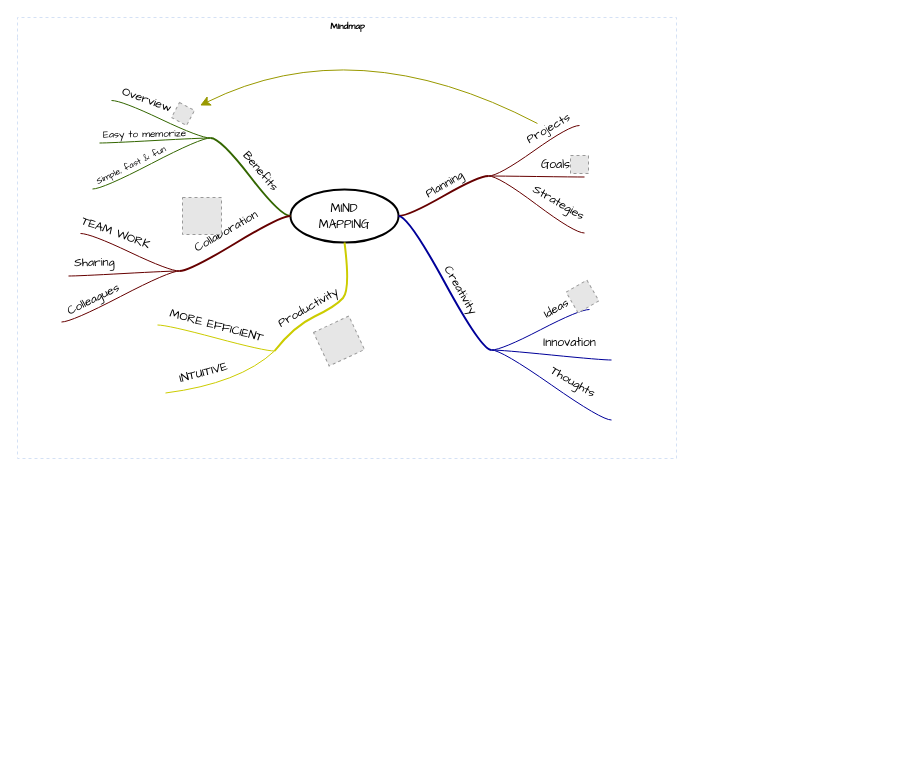
The draw.io diagram 未命名绘图.drawio in wang-chen1/python_script, before the edit. Source tidied: cells renumbered, new cells numbered last; positions are measured from the earlier drawing's top-left corner, leaving out a move shared by most shapes. Both pictures are drawn from the tidied source at 100%, with x=0, y=0 at pixel (17, 17). Pictures stored in the file or linked from it are replaced by grey dashed boxes.
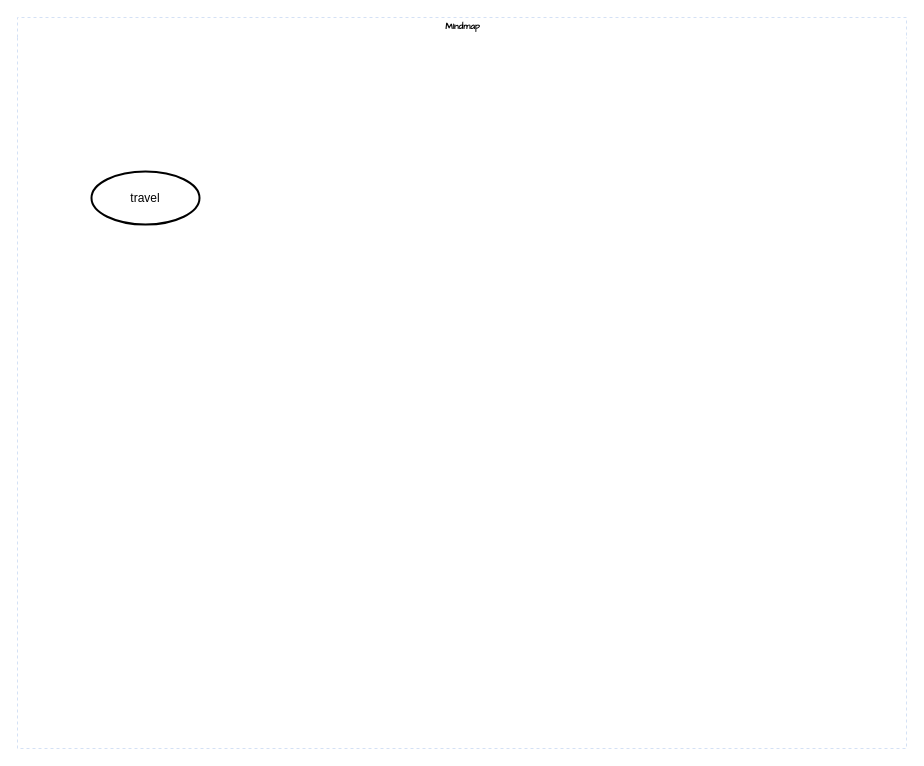
The same diagram, later.

Change to the diagram source:
```diff
@@
     <mxCell id="2" value="Mindmap" style="swimlane;html=1;startSize=20;horizontal=1;containerType=tree;labelBackgroundColor=none;strokeColor=#D4E1F5;strokeWidth=1;fillColor=none;fontFamily=Comic Sans MS;fontSize=9;swimlaneLine=0;dashed=1;" parent="1" vertex="1">
-      <mxGeometry width="659" height="441" as="geometry" />
+      <mxGeometry width="889" height="731" as="geometry" />
     </mxCell>
-    <mxCell id="3" value="&lt;font face=&quot;Comic Sans MS&quot;&gt;MIND&lt;br&gt;MAPPING&lt;/font&gt;" style="ellipse;whiteSpace=wrap;html=1;align=center;strokeWidth=2;" parent="2" vertex="1">
-      <mxGeometry x="273" y="172" width="108" height="53" as="geometry" />
+    <mxCell id="3" value="travel" style="ellipse;whiteSpace=wrap;html=1;align=center;strokeWidth=2;" parent="2" vertex="1">
+      <mxGeometry x="74" y="154" width="108" height="53" as="geometry" />
     </mxCell>
-    <mxCell id="4" style="whiteSpace=wrap;html=1;rounded=1;arcSize=50;align=center;verticalAlign=middle;strokeWidth=1;spacing=4;" parent="2" vertex="1">
-      <mxGeometry x="471" y="158" height="1" as="geometry" />
-    </mxCell>
-    <mxCell id="5" style="edgeStyle=entityRelationEdgeStyle;startArrow=none;endArrow=none;segment=10;curved=1;strokeWidth=2;strokeColor=#660000;rounded=0;fontSize=12;startSize=8;endSize=8;" parent="2" edge="1" source="3" target="4">
-      <mxGeometry relative="1" as="geometry" />
-    </mxCell>
-    <mxCell id="6" value="Planning" style="text;html=1;align=center;verticalAlign=middle;labelBackgroundColor=none;rotation=-30;fontFamily=Comic Sans MS;" parent="5" vertex="1">
-      <mxGeometry x="0.02" y="2" relative="1" as="geometry">
-        <mxPoint x="1" y="-9" as="offset" />
-      </mxGeometry>
-    </mxCell>
-    <mxCell id="7" style="whiteSpace=wrap;html=1;rounded=1;arcSize=50;align=center;verticalAlign=middle;strokeWidth=1;spacing=4;" parent="2" vertex="1" collapsed="1">
-      <mxGeometry x="562" y="108" width="5" as="geometry" />
-    </mxCell>
-    <mxCell id="8" style="edgeStyle=entityRelationEdgeStyle;startArrow=none;endArrow=none;segment=10;curved=1;strokeColor=#660000;rounded=0;fontSize=12;startSize=8;endSize=8;" parent="2" edge="1" source="4" target="7">
-      <mxGeometry relative="1" as="geometry" />
-    </mxCell>
-    <mxCell id="9" value="Projects" style="text;html=1;points=[];align=center;verticalAlign=middle;labelBackgroundColor=none;fontFamily=Comic Sans MS;rotation=-30;" parent="8" vertex="1">
-      <mxGeometry x="0.26" relative="1" as="geometry">
-        <mxPoint x="3" y="-14" as="offset" />
-      </mxGeometry>
-    </mxCell>
-    <mxCell id="10" style="whiteSpace=wrap;html=1;rounded=1;arcSize=50;align=center;verticalAlign=middle;strokeWidth=1;spacing=4;" parent="2" vertex="1">
-      <mxGeometry x="567" y="159" height="1" as="geometry" />
-    </mxCell>
-    <mxCell id="11" style="edgeStyle=entityRelationEdgeStyle;startArrow=none;endArrow=none;segment=10;curved=1;strokeColor=#660000;rounded=0;fontSize=12;startSize=8;endSize=8;" parent="2" edge="1" source="4" target="10">
-      <mxGeometry relative="1" as="geometry" />
-    </mxCell>
-    <mxCell id="12" value="Goals" style="text;html=1;align=center;verticalAlign=middle;labelBackgroundColor=none;fontFamily=Comic Sans MS;rotation=0;" parent="11" vertex="1">
-      <mxGeometry x="-0.11" y="-1" relative="1" as="geometry">
-        <mxPoint x="24" y="-12" as="offset" />
-      </mxGeometry>
-    </mxCell>
-    <mxCell id="13" style="whiteSpace=wrap;html=1;rounded=1;arcSize=50;align=center;verticalAlign=middle;strokeWidth=1;spacing=4;" parent="2" vertex="1">
-      <mxGeometry x="567" y="215" height="1" as="geometry" />
-    </mxCell>
-    <mxCell id="14" style="edgeStyle=entityRelationEdgeStyle;startArrow=none;endArrow=none;segment=10;curved=1;strokeColor=#660000;rounded=0;fontSize=12;startSize=8;endSize=8;" parent="2" edge="1" source="4" target="13">
-      <mxGeometry relative="1" as="geometry" />
-    </mxCell>
-    <mxCell id="15" value="Strategies" style="text;html=1;align=center;verticalAlign=middle;labelBackgroundColor=none;fontFamily=Comic Sans MS;rotation=30;" parent="14" vertex="1">
-      <mxGeometry x="-0.11" y="-1" relative="1" as="geometry">
-        <mxPoint x="28" y="1" as="offset" />
-      </mxGeometry>
-    </mxCell>
-    <mxCell id="16" style="whiteSpace=wrap;html=1;rounded=1;arcSize=50;align=center;verticalAlign=middle;strokeWidth=1;spacing=4;" parent="2" vertex="1">
-      <mxGeometry x="474" y="332" height="1" as="geometry" />
-    </mxCell>
-    <mxCell id="17" style="edgeStyle=entityRelationEdgeStyle;startArrow=none;endArrow=none;segment=10;curved=1;strokeWidth=2;strokeColor=#000099;rounded=0;fontSize=12;startSize=8;endSize=8;" parent="2" edge="1" source="3" target="16">
-      <mxGeometry relative="1" as="geometry" />
-    </mxCell>
-    <mxCell id="18" value="Creativity" style="text;html=1;align=center;verticalAlign=middle;labelBackgroundColor=none;rotation=60;fontFamily=Comic Sans MS;" parent="17" vertex="1">
-      <mxGeometry x="0.02" y="2" relative="1" as="geometry">
-        <mxPoint x="13" y="6" as="offset" />
-      </mxGeometry>
-    </mxCell>
-    <mxCell id="19" style="whiteSpace=wrap;html=1;rounded=1;arcSize=50;align=center;verticalAlign=middle;strokeWidth=1;spacing=4;" parent="2" vertex="1">
-      <mxGeometry x="572" y="292" width="5" as="geometry" />
-    </mxCell>
-    <mxCell id="20" style="edgeStyle=entityRelationEdgeStyle;startArrow=none;endArrow=none;segment=10;curved=1;strokeColor=#000099;rounded=0;fontSize=12;startSize=8;endSize=8;" parent="2" edge="1" source="16" target="19">
-      <mxGeometry relative="1" as="geometry" />
-    </mxCell>
-    <mxCell id="21" value="Ideas" style="text;html=1;align=center;verticalAlign=middle;labelBackgroundColor=none;fontFamily=Comic Sans MS;rotation=-30;" parent="20" vertex="1">
-      <mxGeometry x="0.26" relative="1" as="geometry">
-        <mxPoint x="3" y="-14" as="offset" />
-      </mxGeometry>
-    </mxCell>
-    <mxCell id="22" style="whiteSpace=wrap;html=1;rounded=1;arcSize=50;align=center;verticalAlign=middle;strokeWidth=1;spacing=4;" parent="2" vertex="1">
-      <mxGeometry x="594" y="342" height="1" as="geometry" />
-    </mxCell>
-    <mxCell id="23" style="edgeStyle=entityRelationEdgeStyle;startArrow=none;endArrow=none;segment=10;curved=1;strokeColor=#000099;rounded=0;fontSize=12;startSize=8;endSize=8;" parent="2" edge="1" source="16" target="22">
-      <mxGeometry relative="1" as="geometry" />
-    </mxCell>
-    <mxCell id="24" value="Innovation" style="text;html=1;align=center;verticalAlign=middle;labelBackgroundColor=none;fontFamily=Comic Sans MS;rotation=0;" parent="23" vertex="1">
-      <mxGeometry x="-0.11" y="-1" relative="1" as="geometry">
-        <mxPoint x="24" y="-12" as="offset" />
-      </mxGeometry>
-    </mxCell>
-    <mxCell id="25" style="whiteSpace=wrap;html=1;rounded=1;arcSize=50;align=center;verticalAlign=middle;strokeWidth=1;spacing=4;" parent="2" vertex="1">
-      <mxGeometry x="594" y="402" height="1" as="geometry" />
-    </mxCell>
-    <mxCell id="26" style="edgeStyle=entityRelationEdgeStyle;startArrow=none;endArrow=none;segment=10;curved=1;strokeColor=#000099;rounded=0;fontSize=12;startSize=8;endSize=8;" parent="2" edge="1" source="16" target="25">
-      <mxGeometry relative="1" as="geometry" />
-    </mxCell>
-    <mxCell id="27" value="Thoughts" style="text;html=1;align=center;verticalAlign=middle;labelBackgroundColor=none;fontFamily=Comic Sans MS;rotation=30;" parent="26" vertex="1">
-      <mxGeometry x="-0.11" y="-1" relative="1" as="geometry">
-        <mxPoint x="28" y="1" as="offset" />
-      </mxGeometry>
-    </mxCell>
-    <mxCell id="28" style="fillColor=#E6E6E6;strokeColor=#999999;dashed=1;html=1;verticalAlign=top;verticalLabelPosition=bottom;labelBackgroundColor=#ffffff;fontFamily=Comic Sans MS;rotation=-30;" parent="2" vertex="1">
-      <mxGeometry x="553" y="267" width="24" height="24" as="geometry" />
-    </mxCell>
-    <mxCell id="29" style="edgeStyle=entityRelationEdgeStyle;jumpStyle=arc;html=1;endArrow=classicThin;endFill=1;jettySize=auto;strokeColor=none;strokeWidth=2;fontFamily=Comic Sans MS;rounded=0;fontSize=12;startSize=8;endSize=8;curved=1;" parent="2" edge="1" source="19" target="28">
-      <mxGeometry relative="1" as="geometry" />
-    </mxCell>
-    <mxCell id="30" style="fillColor=#E6E6E6;strokeColor=#999999;dashed=1;html=1;verticalAlign=top;verticalLabelPosition=bottom;labelBackgroundColor=#ffffff;fontFamily=Comic Sans MS;" parent="2" vertex="1">
-      <mxGeometry x="553" y="138" width="18" height="18" as="geometry" />
-    </mxCell>
-    <mxCell id="31" style="edgeStyle=entityRelationEdgeStyle;jumpStyle=arc;html=1;endArrow=classicThin;endFill=1;jettySize=auto;strokeColor=none;strokeWidth=2;fontFamily=Comic Sans MS;rounded=0;fontSize=12;startSize=8;endSize=8;curved=1;" parent="2" edge="1" source="10" target="30">
-      <mxGeometry relative="1" as="geometry" />
-    </mxCell>
-    <mxCell id="32" style="whiteSpace=wrap;html=1;rounded=1;arcSize=50;align=center;verticalAlign=middle;strokeWidth=1;spacing=4;" parent="2" vertex="1">
-      <mxGeometry x="193" y="120" height="1" as="geometry" />
-    </mxCell>
-    <mxCell id="33" style="edgeStyle=entityRelationEdgeStyle;startArrow=none;endArrow=none;segment=10;curved=1;strokeWidth=2;strokeColor=#336600;rounded=0;fontSize=12;startSize=8;endSize=8;" parent="2" edge="1" source="3" target="32">
-      <mxGeometry relative="1" as="geometry" />
-    </mxCell>
-    <mxCell id="34" value="Benefits" style="text;html=1;align=center;verticalAlign=middle;labelBackgroundColor=none;rotation=50;fontFamily=Comic Sans MS;" parent="33" vertex="1">
-      <mxGeometry x="0.02" y="2" relative="1" as="geometry">
-        <mxPoint x="12" y="-7" as="offset" />
-      </mxGeometry>
-    </mxCell>
-    <mxCell id="35" style="whiteSpace=wrap;html=1;rounded=1;arcSize=50;align=center;verticalAlign=middle;strokeWidth=1;spacing=4;" parent="2" vertex="1">
-      <mxGeometry x="75" y="171" height="1" as="geometry" />
-    </mxCell>
-    <mxCell id="36" style="edgeStyle=entityRelationEdgeStyle;startArrow=none;endArrow=none;segment=10;curved=1;strokeColor=#336600;rounded=0;fontSize=12;startSize=8;endSize=8;" parent="2" edge="1" source="32" target="35">
-      <mxGeometry relative="1" as="geometry" />
-    </mxCell>
-    <mxCell id="37" value="Simple, fast &amp;amp; fun" style="text;html=1;align=center;verticalAlign=middle;labelBackgroundColor=none;fontFamily=Comic Sans MS;rotation=-26;fontSize=9;" parent="36" vertex="1">
-      <mxGeometry x="-0.11" y="-1" relative="1" as="geometry">
-        <mxPoint x="-27" y="7" as="offset" />
-      </mxGeometry>
-    </mxCell>
-    <mxCell id="38" style="whiteSpace=wrap;html=1;rounded=1;arcSize=50;align=center;verticalAlign=middle;strokeWidth=1;spacing=4;" parent="2" vertex="1">
-      <mxGeometry x="82" y="125" height="1" as="geometry" />
-    </mxCell>
-    <mxCell id="39" style="edgeStyle=entityRelationEdgeStyle;startArrow=none;endArrow=none;segment=10;curved=1;strokeColor=#336600;rounded=0;fontSize=12;startSize=8;endSize=8;" parent="2" edge="1" source="32" target="38">
-      <mxGeometry relative="1" as="geometry" />
-    </mxCell>
-    <mxCell id="40" value="Easy to memorize" style="text;html=1;align=center;verticalAlign=middle;labelBackgroundColor=none;fontFamily=Comic Sans MS;rotation=-1;fontSize=10;" parent="39" vertex="1">
-      <mxGeometry x="-0.11" y="-1" relative="1" as="geometry">
-        <mxPoint x="-18" y="-6" as="offset" />
-      </mxGeometry>
-    </mxCell>
-    <mxCell id="41" style="whiteSpace=wrap;html=1;rounded=1;arcSize=50;align=center;verticalAlign=middle;strokeWidth=1;spacing=4;" parent="2" vertex="1" collapsed="1">
-      <mxGeometry x="89" y="83" width="5" as="geometry" />
-    </mxCell>
-    <mxCell id="42" style="edgeStyle=entityRelationEdgeStyle;startArrow=none;endArrow=none;segment=10;curved=1;strokeColor=#336600;rounded=0;fontSize=12;startSize=8;endSize=8;" parent="2" edge="1" source="32" target="41">
-      <mxGeometry relative="1" as="geometry" />
-    </mxCell>
-    <mxCell id="43" value="Overview" style="text;html=1;align=center;verticalAlign=middle;labelBackgroundColor=none;fontFamily=Comic Sans MS;rotation=20;" parent="42" vertex="1">
-      <mxGeometry x="0.26" relative="1" as="geometry">
-        <mxPoint x="-2" y="-13" as="offset" />
-      </mxGeometry>
-    </mxCell>
-    <mxCell id="44" style="fillColor=#E6E6E6;strokeColor=#999999;dashed=1;html=1;verticalAlign=top;verticalLabelPosition=bottom;labelBackgroundColor=#ffffff;fontFamily=Comic Sans MS;fontSize=10;rotation=28;" parent="2" vertex="1">
-      <mxGeometry x="157" y="88" width="17" height="17" as="geometry" />
-    </mxCell>
-    <mxCell id="45" style="endArrow=classic;html=1;curved=1;sourcePerimeterSpacing=10;strokeColor=#999900;targetPerimeterSpacing=7;rounded=0;fontSize=12;startSize=8;endSize=8;" parent="2" edge="1" source="9" target="44">
-      <mxGeometry relative="1" as="geometry">
-        <Array as="points">
-          <mxPoint x="338" y="11" />
-        </Array>
-      </mxGeometry>
-    </mxCell>
-    <mxCell id="46" style="jumpStyle=arc;html=1;endArrow=classicThin;endFill=1;jettySize=auto;strokeColor=none;strokeWidth=2;fontFamily=Comic Sans MS;fontSize=10;rounded=0;startSize=8;endSize=8;curved=1;" parent="2" edge="1" source="32" target="44">
-      <mxGeometry relative="1" as="geometry" />
-    </mxCell>
-    <mxCell id="47" style="whiteSpace=wrap;html=1;rounded=1;arcSize=50;align=center;verticalAlign=middle;strokeWidth=1;spacing=4;" parent="2" vertex="1">
-      <mxGeometry x="162" y="253" height="1" as="geometry" />
-    </mxCell>
-    <mxCell id="48" style="edgeStyle=entityRelationEdgeStyle;startArrow=none;endArrow=none;segment=10;curved=1;strokeWidth=2;strokeColor=#660000;rounded=0;fontSize=12;startSize=8;endSize=8;" parent="2" edge="1" source="3" target="47">
-      <mxGeometry relative="1" as="geometry" />
-    </mxCell>
-    <mxCell id="49" value="Collaboration" style="text;html=1;align=center;verticalAlign=middle;labelBackgroundColor=none;rotation=-30;fontFamily=Comic Sans MS;" parent="48" vertex="1">
-      <mxGeometry x="0.02" y="2" relative="1" as="geometry">
-        <mxPoint x="-10" y="-13" as="offset" />
-      </mxGeometry>
-    </mxCell>
-    <mxCell id="50" style="whiteSpace=wrap;html=1;rounded=1;arcSize=50;align=center;verticalAlign=middle;strokeWidth=1;spacing=4;" parent="2" vertex="1">
-      <mxGeometry x="44" y="304" height="1" as="geometry" />
-    </mxCell>
-    <mxCell id="51" style="edgeStyle=entityRelationEdgeStyle;startArrow=none;endArrow=none;segment=10;curved=1;strokeColor=#660000;rounded=0;fontSize=12;startSize=8;endSize=8;" parent="2" edge="1" source="47" target="50">
-      <mxGeometry relative="1" as="geometry" />
-    </mxCell>
-    <mxCell id="52" value="Colleagues" style="text;html=1;align=center;verticalAlign=middle;labelBackgroundColor=none;fontFamily=Comic Sans MS;rotation=-26;fontSize=12;" parent="51" vertex="1">
-      <mxGeometry x="-0.11" y="-1" relative="1" as="geometry">
-        <mxPoint x="-34" y="8" as="offset" />
-      </mxGeometry>
-    </mxCell>
-    <mxCell id="53" style="whiteSpace=wrap;html=1;rounded=1;arcSize=50;align=center;verticalAlign=middle;strokeWidth=1;spacing=4;" parent="2" vertex="1">
-      <mxGeometry x="51" y="258" height="1" as="geometry" />
-    </mxCell>
-    <mxCell id="54" style="edgeStyle=entityRelationEdgeStyle;startArrow=none;endArrow=none;segment=10;curved=1;strokeColor=#660000;rounded=0;fontSize=12;startSize=8;endSize=8;" parent="2" edge="1" source="47" target="53">
-      <mxGeometry relative="1" as="geometry" />
-    </mxCell>
-    <mxCell id="55" value="Sharing" style="text;html=1;align=center;verticalAlign=middle;labelBackgroundColor=none;fontFamily=Comic Sans MS;rotation=-1;fontSize=12;" parent="54" vertex="1">
-      <mxGeometry x="-0.11" y="-1" relative="1" as="geometry">
-        <mxPoint x="-37" y="-9" as="offset" />
-      </mxGeometry>
-    </mxCell>
-    <mxCell id="56" style="whiteSpace=wrap;html=1;rounded=1;arcSize=50;align=center;verticalAlign=middle;strokeWidth=1;spacing=4;" parent="2" vertex="1" collapsed="1">
-      <mxGeometry x="58" y="216" width="5" as="geometry" />
-    </mxCell>
-    <mxCell id="57" style="edgeStyle=entityRelationEdgeStyle;startArrow=none;endArrow=none;segment=10;curved=1;strokeColor=#660000;rounded=0;fontSize=12;startSize=8;endSize=8;" parent="2" edge="1" source="47" target="56">
-      <mxGeometry relative="1" as="geometry" />
-    </mxCell>
-    <mxCell id="58" value="TEAM WORK" style="text;html=1;align=center;verticalAlign=middle;labelBackgroundColor=none;fontFamily=Comic Sans MS;rotation=20;" parent="57" vertex="1">
-      <mxGeometry x="0.26" relative="1" as="geometry">
-        <mxPoint x="-2" y="-13" as="offset" />
-      </mxGeometry>
-    </mxCell>
-    <mxCell id="59" style="fillColor=#E6E6E6;strokeColor=#999999;dashed=1;html=1;verticalAlign=top;verticalLabelPosition=bottom;labelBackgroundColor=#ffffff;fontFamily=Comic Sans MS;fontSize=12;fontColor=#000000;align=center;" parent="2" vertex="1">
-      <mxGeometry x="165" y="180" width="39" height="37" as="geometry" />
-    </mxCell>
-    <mxCell id="60" style="edgeStyle=none;jumpStyle=arc;html=1;entryX=0.5;entryY=1;entryPerimeter=0;endArrow=classicThin;endFill=1;jettySize=auto;strokeColor=none;strokeWidth=2;fontFamily=Comic Sans MS;fontSize=12;rounded=0;startSize=8;endSize=8;curved=1;" parent="2" edge="1" source="47" target="59">
-      <mxGeometry relative="1" as="geometry" />
-    </mxCell>
-    <mxCell id="61" style="whiteSpace=wrap;html=1;rounded=1;arcSize=50;align=center;verticalAlign=middle;strokeWidth=1;spacing=4;" parent="2" vertex="1">
-      <mxGeometry x="257" y="333" height="1" as="geometry" />
-    </mxCell>
-    <mxCell id="62" style="startArrow=none;endArrow=none;segment=10;strokeWidth=2;strokeColor=#CCCC00;exitX=0.5;exitY=1;curved=1;rounded=0;fontSize=12;startSize=8;endSize=8;" parent="2" edge="1" source="3" target="61">
-      <mxGeometry relative="1" as="geometry">
-        <Array as="points">
-          <mxPoint x="333" y="272" />
-          <mxPoint x="318" y="289" />
-          <mxPoint x="276" y="309" />
-        </Array>
-      </mxGeometry>
-    </mxCell>
-    <mxCell id="63" value="Productivity" style="text;html=1;align=center;verticalAlign=middle;labelBackgroundColor=none;rotation=-30;fontFamily=Comic Sans MS;" parent="62" vertex="1">
-      <mxGeometry x="0.02" y="2" relative="1" as="geometry">
-        <mxPoint x="-24" y="-2" as="offset" />
-      </mxGeometry>
-    </mxCell>
-    <mxCell id="64" style="whiteSpace=wrap;html=1;rounded=1;arcSize=50;align=center;verticalAlign=middle;strokeWidth=1;spacing=4;" parent="2" vertex="1">
-      <mxGeometry x="148" y="375" height="1" as="geometry" />
-    </mxCell>
-    <mxCell id="65" style="startArrow=none;endArrow=none;segment=10;strokeColor=#CCCC00;curved=1;rounded=0;fontSize=12;startSize=8;endSize=8;" parent="2" edge="1" source="61" target="64">
-      <mxGeometry relative="1" as="geometry">
-        <Array as="points">
-          <mxPoint x="222" y="366" />
-        </Array>
-      </mxGeometry>
-    </mxCell>
-    <mxCell id="66" value="INTUITIVE" style="text;html=1;align=center;verticalAlign=middle;labelBackgroundColor=none;fontFamily=Comic Sans MS;rotation=-15;fontSize=12;" parent="65" vertex="1">
-      <mxGeometry x="-0.11" y="-1" relative="1" as="geometry">
-        <mxPoint x="-30" y="-10" as="offset" />
-      </mxGeometry>
-    </mxCell>
-    <mxCell id="67" style="whiteSpace=wrap;html=1;rounded=1;arcSize=50;align=center;verticalAlign=middle;strokeWidth=1;spacing=4;" parent="2" vertex="1">
-      <mxGeometry x="140" y="307" height="1" as="geometry" />
-    </mxCell>
-    <mxCell id="68" style="edgeStyle=entityRelationEdgeStyle;startArrow=none;endArrow=none;segment=10;curved=1;strokeColor=#CCCC00;rounded=0;fontSize=12;startSize=8;endSize=8;" parent="2" edge="1" source="61" target="67">
-      <mxGeometry relative="1" as="geometry" />
-    </mxCell>
-    <mxCell id="69" value="MORE EFFICIENT" style="text;html=1;align=center;verticalAlign=middle;labelBackgroundColor=none;fontFamily=Comic Sans MS;rotation=15;fontSize=12;" parent="68" vertex="1">
-      <mxGeometry x="-0.11" y="-1" relative="1" as="geometry">
-        <mxPoint x="-6" y="-13" as="offset" />
-      </mxGeometry>
-    </mxCell>
-    <mxCell id="70" style="fillColor=#E6E6E6;strokeColor=#999999;dashed=1;html=1;verticalAlign=top;verticalLabelPosition=bottom;labelBackgroundColor=#ffffff;fontFamily=Comic Sans MS;fontSize=12;fontColor=#000000;align=center;rotation=-25;" parent="2" vertex="1">
-      <mxGeometry x="302" y="305" width="39" height="37" as="geometry" />
-    </mxCell>
-    <mxCell id="71" style="edgeStyle=none;jumpStyle=arc;html=1;entryX=0.5;entryY=1;entryPerimeter=0;endArrow=classicThin;endFill=1;jettySize=auto;strokeColor=none;strokeWidth=2;fontFamily=Comic Sans MS;fontSize=12;rounded=0;startSize=8;endSize=8;curved=1;" parent="2" edge="1" source="61" target="70">
-      <mxGeometry relative="1" as="geometry" />
-    </mxCell>
```
